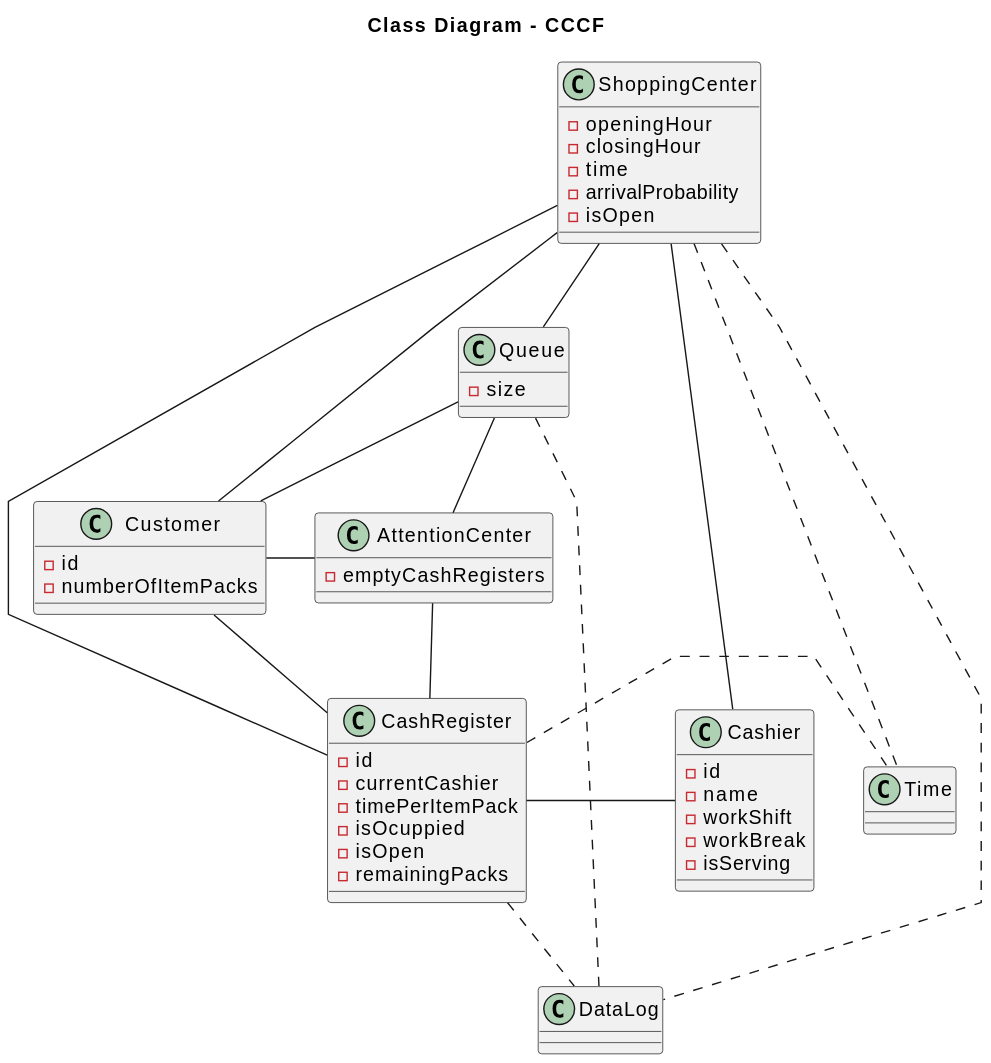
Before: images/modelosUML/diagramaClases.svg, a diagram exported from PlantUML (mmasias/23-24-IdSw2-SDD). Its diagram source:
```plantuml
@startuml
skinparam linetype polyline

title Class Diagram - CCCF

class Time{

}

class ShoppingCenter {
    - openingHour
    - closingHour
    - time
    - arrivalProbability
    - isOpen
}

class AttentionCenter{
    - emptyCashRegisters
}

class CashRegister {
    - id
    - currentCashier
    - timePerItemPack
    - isOcuppied
    - isOpen
    - remainingPacks
}

class Customer {
    - id
    - numberOfItemPacks
}

class Queue {
    - size
}

class Cashier {
    - id
    - name
    - workShift
    - workBreak
    - isServing
}

class DataLog{

}


ShoppingCenter -- Queue
ShoppingCenter -- Customer
ShoppingCenter -- Cashier
ShoppingCenter -- CashRegister

Queue -- AttentionCenter
Queue --  Customer

AttentionCenter -left- Customer
AttentionCenter -- CashRegister

CashRegister -right- Cashier

CashRegister -- Customer
CashRegister . Time

ShoppingCenter ..R Time
ShoppingCenter .. DataLog
Queue .. DataLog
CashRegister .. DataLog
@enduml
```
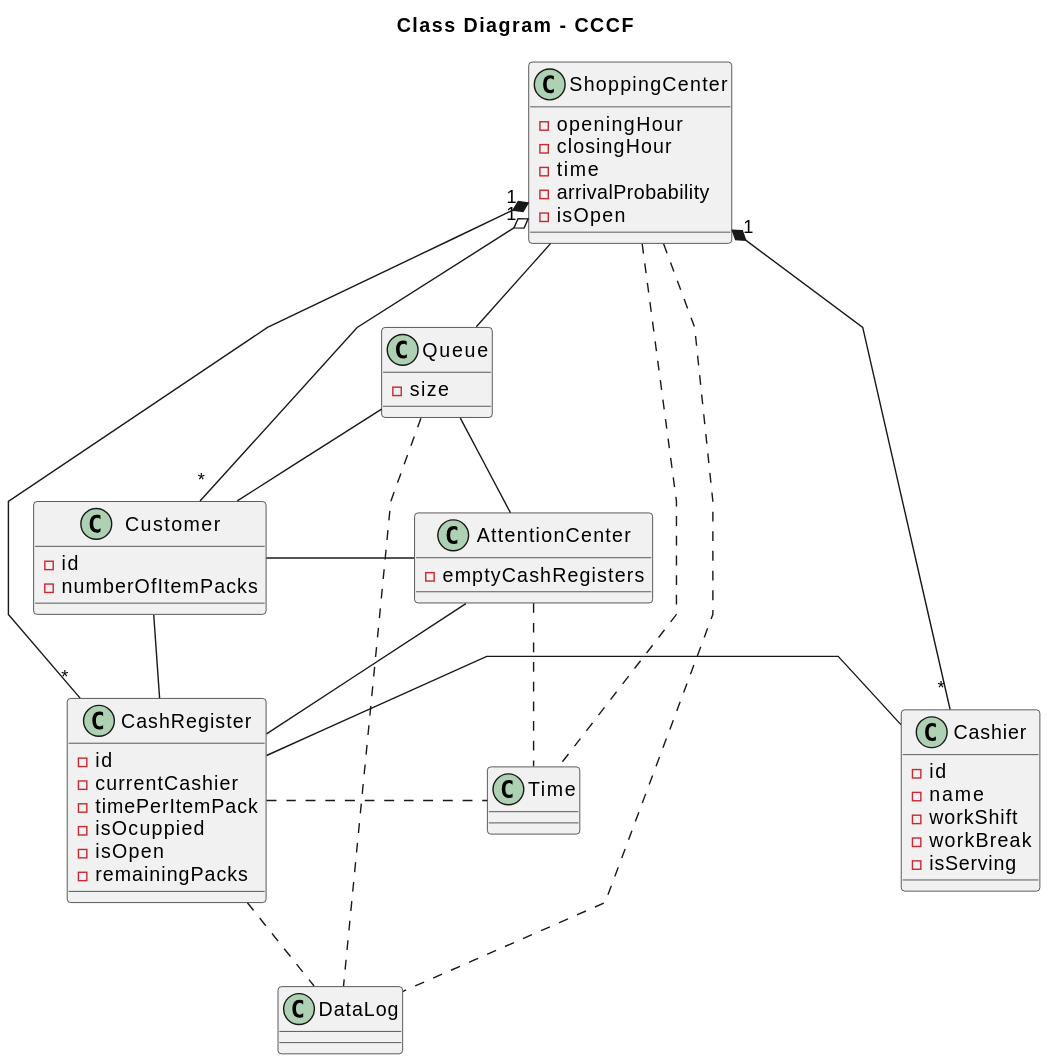
The same diagram one commit later.

Commit message:
cambios diagrama clases

Diff of the diagram source:
```diff
@@ -51,15 +51,16 @@
 
 
 ShoppingCenter -- Queue
-ShoppingCenter -- Customer
-ShoppingCenter -- Cashier
-ShoppingCenter -- CashRegister
+ShoppingCenter "1" o-- "*" Customer
+ShoppingCenter "1" *-- "*" Cashier
+ShoppingCenter "1" *-- "*" CashRegister
 
 Queue -- AttentionCenter
 Queue --  Customer
 
 AttentionCenter -left- Customer
 AttentionCenter -- CashRegister
+AttentionCenter .. Time
 
 CashRegister -right- Cashier
 
```
